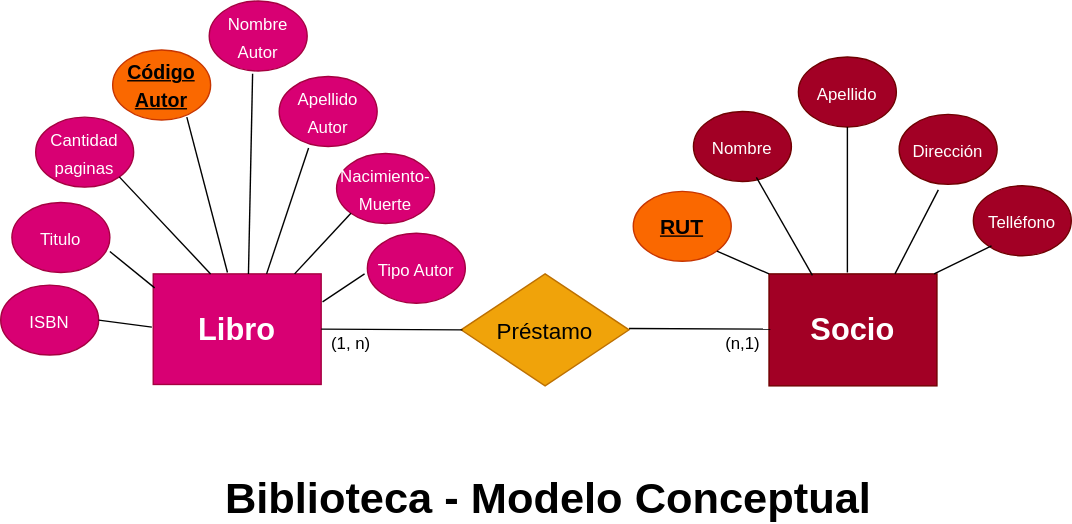
This is Modelo_conceptual.drawio.svg from marcelomolinamartinez/prueba_biblioteca, a draw.io export, as it was before one commit. Source tidied: cells renumbered, new cells last; positions are measured from the earlier drawing's top-left corner, leaving out a move shared by most shapes.
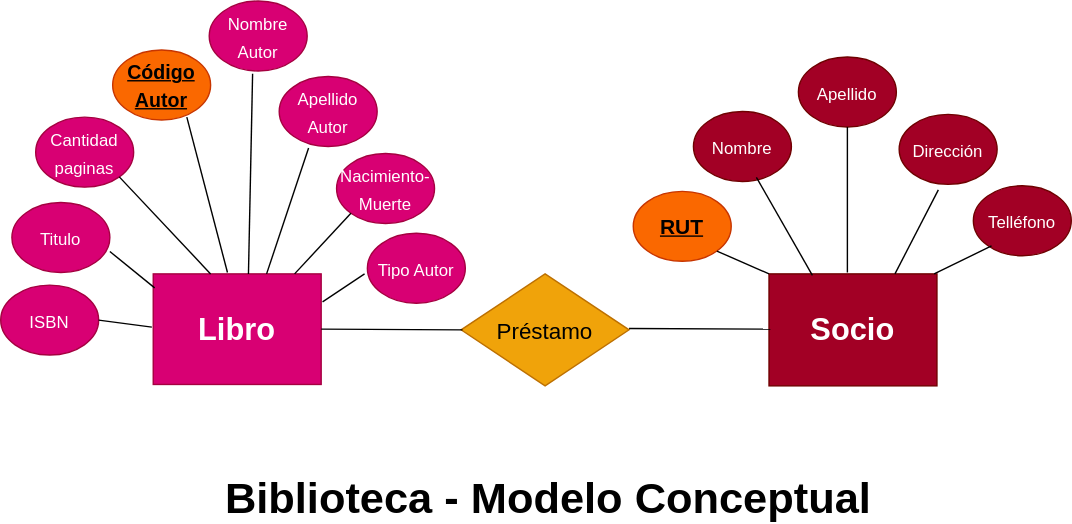
Later version of the same file.

Diff of the diagram source:
```diff
@@ -143,11 +143,5 @@
     <mxCell id="34" value="&lt;font style=&quot;font-size: 31px&quot;&gt;&lt;b&gt;Biblioteca - Modelo Conceptual&lt;/b&gt;&lt;/font&gt;" style="text;html=1;align=center;verticalAlign=middle;strokeColor=none;fillColor=none;fontSize=12;" parent="1" vertex="1">
       <mxGeometry x="151" y="340" width="480" height="30" as="geometry" />
     </mxCell>
-    <mxCell id="35" value="(1, n)" style="text;html=1;align=center;verticalAlign=middle;strokeColor=none;fillColor=none;" parent="1" vertex="1">
-      <mxGeometry x="230" y="235" width="40" height="20" as="geometry" />
-    </mxCell>
-    <mxCell id="36" value="(n,1)" style="text;html=1;align=center;verticalAlign=middle;strokeColor=none;fillColor=none;" parent="1" vertex="1">
-      <mxGeometry x="510" y="235" width="40" height="20" as="geometry" />
-    </mxCell>
   </root>
 </mxGraphModel>
```
